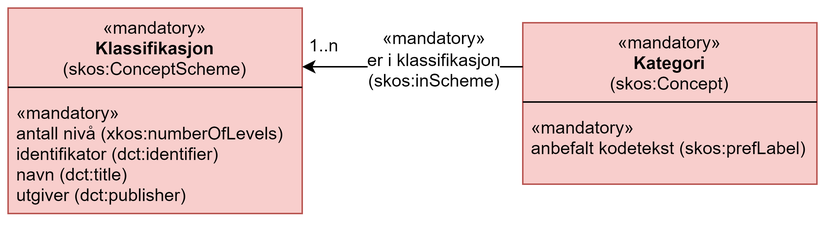
The draw.io diagram docs/images/ForenkletModell-XKOS-AP-NO-Obligatoriske.png in Informasjonsforvaltning/xkos-ap-no, before a commit. Source tidied: cells renumbered, new cells last; positions are measured from the earlier drawing's top-left corner, leaving out a move shared by most shapes.
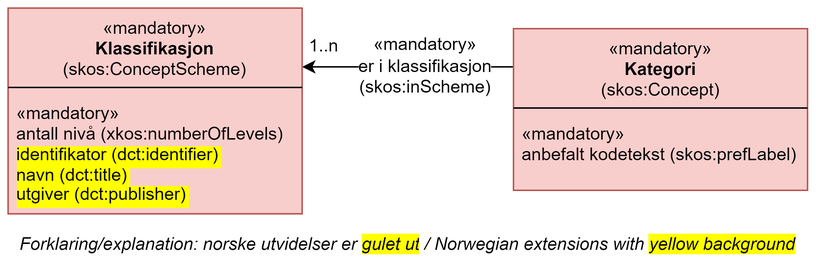
The same file after the commit.

What changed in the source:
```diff
@@ -2,35 +2,47 @@
   <root>
     <mxCell id="0" />
     <mxCell id="1" parent="0" />
+    <mxCell id="6" style="endArrow=classic;html=1;entryX=1;entryY=0.25;entryDx=0;entryDy=0;fontFamily=Helvetica;" parent="1" edge="1">
+      <mxGeometry relative="1" as="geometry">
+        <mxPoint x="350" y="40" as="sourcePoint" />
+        <mxPoint x="200" y="40" as="targetPoint" />
+      </mxGeometry>
+    </mxCell>
     <mxCell id="2" value="&lt;font style=&quot;font-size: 12px&quot;&gt;&lt;span style=&quot;line-height: 107%;&quot;&gt;«mandatory&lt;/span&gt;&lt;span style=&quot;line-height: 107%;&quot;&gt;»&lt;/span&gt;&lt;br&gt;&lt;b&gt;Klassifikasjon&lt;/b&gt;&lt;br&gt;(skos:ConceptScheme)&lt;/font&gt;" style="rounded=0;whiteSpace=wrap;html=1;fillColor=#f8cecc;strokeColor=#b85450;verticalAlign=top;fontFamily=Helvetica;" parent="1" vertex="1">
       <mxGeometry width="200" height="140" as="geometry" />
     </mxCell>
     <mxCell id="3" style="line;strokeWidth=1;fillColor=none;align=left;verticalAlign=middle;spacingTop=-1;spacingLeft=3;spacingRight=3;labelPosition=right;fontFamily=Helvetica;" parent="1" vertex="1">
       <mxGeometry y="50" width="200" height="8" as="geometry" />
     </mxCell>
-    <mxCell id="4" value="«mandatory»&#10;antall nivå (xkos:numberOfLevels)&#10;identifikator (dct:identifier)&#10;navn (dct:title)&#10;utgiver (dct:publisher)&#10;" style="text;strokeColor=none;fillColor=none;align=left;verticalAlign=top;spacingLeft=4;spacingRight=4;overflow=hidden;fontFamily=Helvetica;" parent="1" vertex="1">
-      <mxGeometry y="58" width="195" height="82" as="geometry" />
+    <mxCell id="4" value="«mandatory»&#10;antall nivå (xkos:numberOfLevels)&#10;&#10;" style="text;strokeColor=none;fillColor=none;align=left;verticalAlign=top;spacingLeft=4;spacingRight=4;overflow=hidden;fontFamily=Helvetica;" parent="1" vertex="1">
+      <mxGeometry y="58" width="195" height="42" as="geometry" />
     </mxCell>
     <mxCell id="5" value="&lt;font style=&quot;font-size: 12px&quot;&gt;&lt;span style=&quot;line-height: 107%&quot;&gt;«mandatory&lt;/span&gt;&lt;span style=&quot;line-height: 107%&quot;&gt;»&lt;/span&gt;&lt;/font&gt;&lt;br&gt;&lt;b&gt;Kategori&lt;/b&gt;&lt;br&gt;(skos:Concept)" style="rounded=0;whiteSpace=wrap;html=1;fillColor=#f8cecc;strokeColor=#b85450;verticalAlign=top;fontFamily=Helvetica;" parent="1" vertex="1">
-      <mxGeometry x="350" y="10" width="200" height="110" as="geometry" />
+      <mxGeometry x="343.8" y="14" width="200" height="110" as="geometry" />
     </mxCell>
-    <mxCell id="6" style="endArrow=classic;html=1;entryX=1;entryY=0.25;entryDx=0;entryDy=0;fontFamily=Helvetica;" parent="1" edge="1">
-      <mxGeometry relative="1" as="geometry">
-        <mxPoint x="350" y="40" as="sourcePoint" />
-        <mxPoint x="200" y="40" as="targetPoint" />
-      </mxGeometry>
-    </mxCell>
     <mxCell id="7" value="1..n" style="text;html=1;strokeColor=none;fillColor=none;align=center;verticalAlign=middle;whiteSpace=wrap;rounded=0;fontFamily=Helvetica;" parent="1" vertex="1">
       <mxGeometry x="200" y="15" width="30" height="20" as="geometry" />
     </mxCell>
     <mxCell id="8" value="&lt;span style=&quot;background-color: rgb(255 , 255 , 255)&quot;&gt;&lt;span style=&quot;line-height: 15.6933px&quot;&gt;«mandatory&lt;/span&gt;&lt;span style=&quot;line-height: 15.6933px&quot;&gt;»&lt;/span&gt;&lt;br&gt;er i klassifikasjon (skos:inScheme)&lt;/span&gt;" style="text;html=1;align=center;verticalAlign=middle;whiteSpace=wrap;rounded=0;fillColor=none;fontFamily=Helvetica;" parent="1" vertex="1">
-      <mxGeometry x="240" y="20" width="100" height="30" as="geometry" />
+      <mxGeometry x="233.8" y="24" width="100" height="30" as="geometry" />
     </mxCell>
     <mxCell id="9" style="line;strokeWidth=1;fillColor=none;align=left;verticalAlign=middle;spacingTop=-1;spacingLeft=3;spacingRight=3;labelPosition=right;fontFamily=Helvetica;" parent="1" vertex="1">
-      <mxGeometry x="350" y="60" width="200" height="8" as="geometry" />
+      <mxGeometry x="343.8" y="64" width="200" height="8" as="geometry" />
     </mxCell>
     <mxCell id="10" value="«mandatory»&#10;anbefalt kodetekst (skos:prefLabel)&#10;" style="text;strokeColor=none;fillColor=none;align=left;verticalAlign=top;spacingLeft=4;spacingRight=4;overflow=hidden;fontFamily=Helvetica;" parent="1" vertex="1">
-      <mxGeometry x="350" y="68" width="200" height="40" as="geometry" />
+      <mxGeometry x="343.8" y="72" width="200" height="40" as="geometry" />
     </mxCell>
+    <mxCell id="11" value="identifikator (dct:identifier)" style="text;strokeColor=none;fillColor=none;align=left;verticalAlign=top;spacingLeft=4;spacingRight=4;overflow=hidden;labelBackgroundColor=#FFFF00;" parent="1" vertex="1">
+      <mxGeometry y="86" width="150" height="24" as="geometry" />
+    </mxCell>
+    <mxCell id="12" value="navn (dct:title)" style="text;strokeColor=none;fillColor=none;align=left;verticalAlign=top;spacingLeft=4;spacingRight=4;overflow=hidden;labelBackgroundColor=#FFFF00;" parent="1" vertex="1">
+      <mxGeometry y="100" width="150" height="24" as="geometry" />
+    </mxCell>
+    <mxCell id="13" value="utgiver (dct:publisher)" style="text;strokeColor=none;fillColor=none;align=left;verticalAlign=top;spacingLeft=4;spacingRight=4;overflow=hidden;labelBackgroundColor=#FFFF00;" parent="1" vertex="1">
+      <mxGeometry y="113" width="150" height="30" as="geometry" />
+    </mxCell>
+    <mxCell id="14" value="Forklaring/explanation: norske utvidelser er&amp;nbsp;&lt;span style=&quot;background-color: rgb(255 , 255 , 0)&quot;&gt;gulet ut&lt;/span&gt;&lt;span style=&quot;background-color: rgb(255 , 255 , 255)&quot;&gt;&amp;nbsp;/ Norwegian extensions with &lt;/span&gt;&lt;span style=&quot;background-color: rgb(255 , 255 , 0)&quot;&gt;yellow background&lt;/span&gt;" style="text;html=1;strokeColor=none;fillColor=none;align=center;verticalAlign=middle;whiteSpace=wrap;rounded=0;fontStyle=2;" parent="1" vertex="1">
+      <mxGeometry y="150" width="543.8" height="20" as="geometry" />
+    </mxCell>
   </root>
 </mxGraphModel>
```
